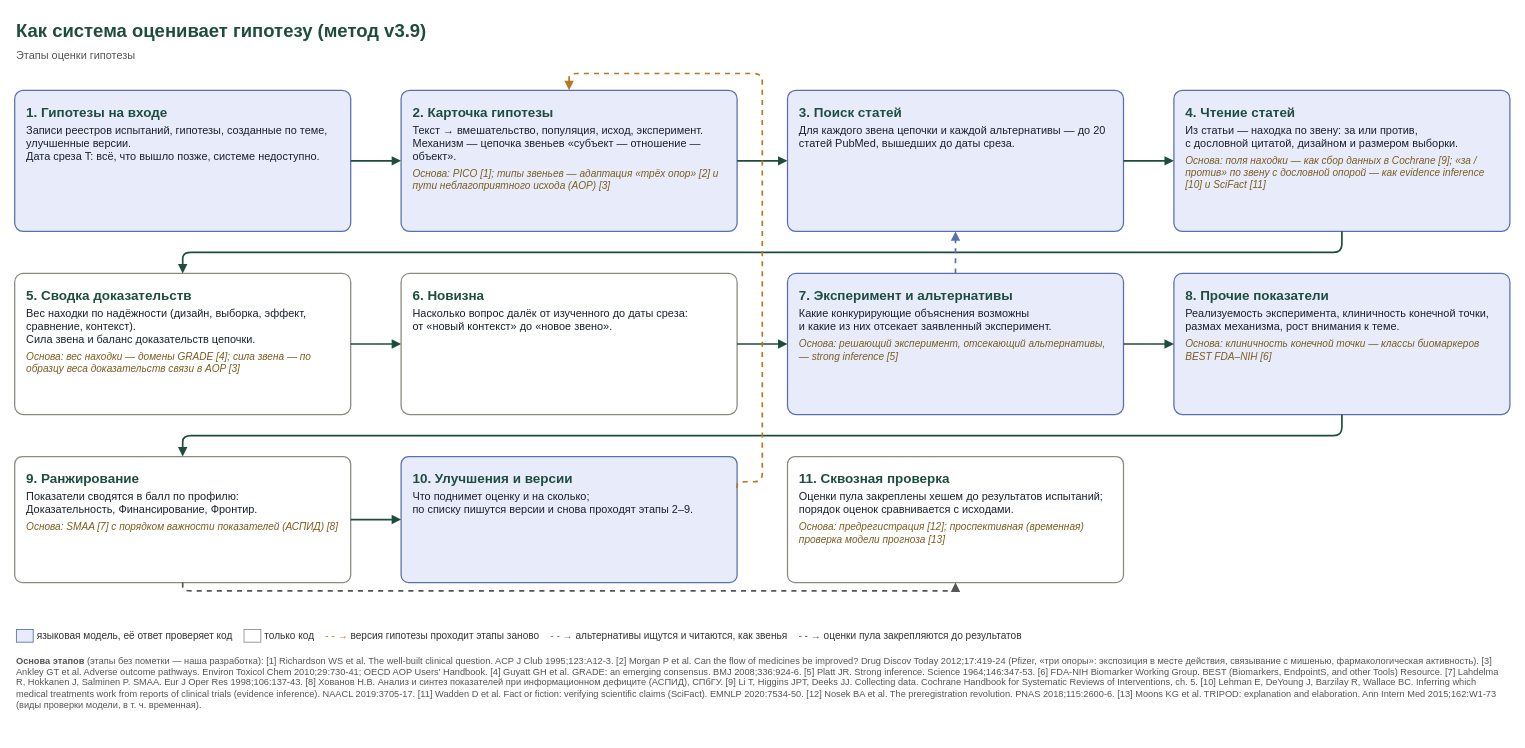
Above: docs/system/flow_base.drawio in danrd/hyp-arena (draw.io), before the change. Source tidied: cells renumbered, new cells numbered last; positions are measured from the earlier drawing's top-left corner, leaving out a move shared by most shapes. Both pictures are drawn from the tidied source at 84%, with x=0, y=0 at pixel (14, 14).
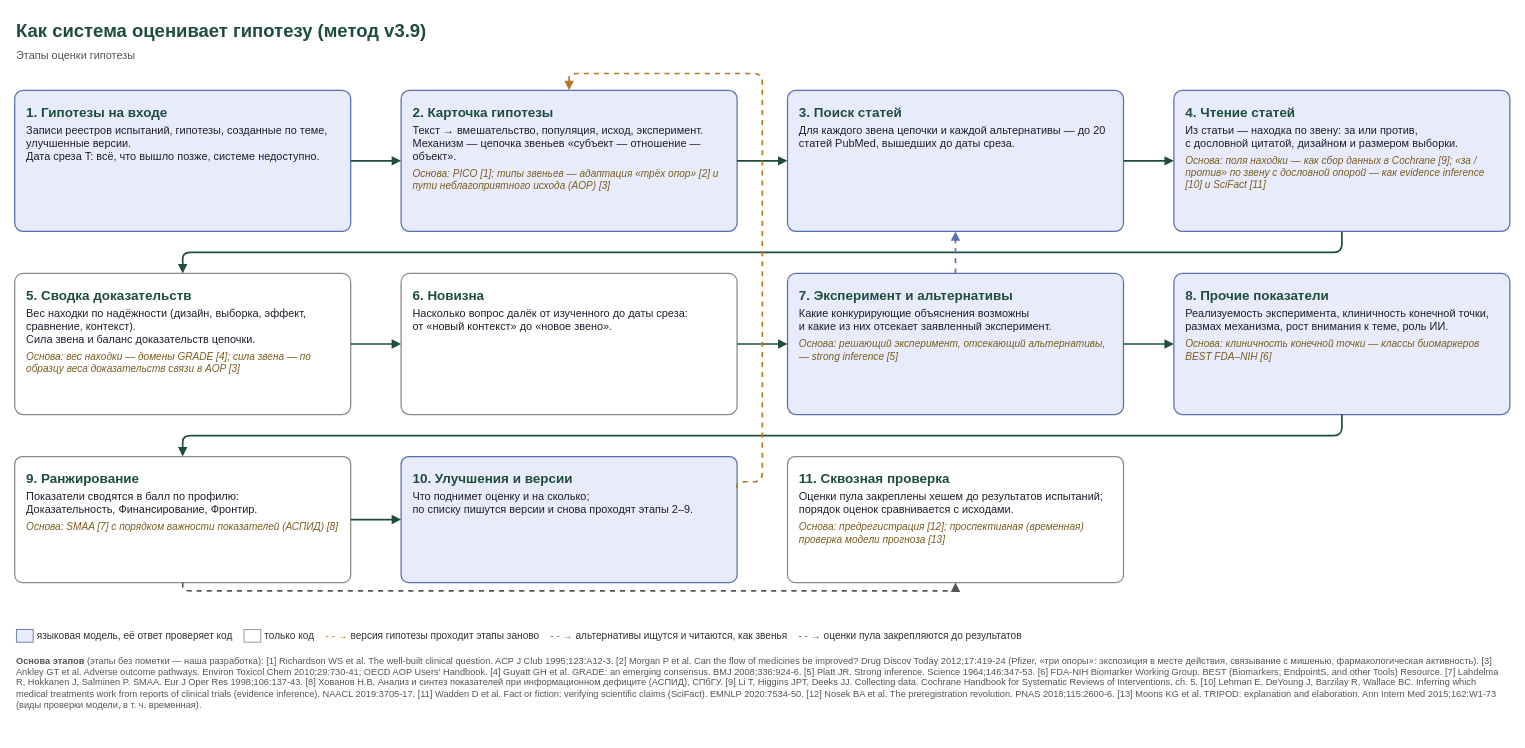
Above is the later version.

Commit message (it also covers changes not shown here):
Flow scheme, stage 8: what each endpoint level means (function = performance measured by a test) and the AI role indicator

Change to the diagram source:
```diff
@@
-    <mxCell id="10" value="&lt;div style='font-size:16px;color:#1E4D40'&gt;&lt;b&gt;8. Прочие показатели&lt;/b&gt;&lt;/div&gt;&lt;div style='margin-top:4px'&gt;Реализуемость эксперимента, клиничность конечной точки,&lt;br/&gt;размах механизма, рост внимания к теме.&lt;/div&gt;&lt;div style='margin-top:6px;font-size:12px;color:#7A5C1E'&gt;&lt;i&gt;Основа: клиничность конечной точки — классы биомаркеров BEST FDA–NIH [6]&lt;/i&gt;&lt;/div&gt;" style="rounded=1;arcSize=6;whiteSpace=wrap;html=1;fillColor=#E8ECFA;strokeColor=#5A6FB0;strokeWidth=1.5;fontSize=13;fontColor=#1A202C;align=left;verticalAlign=top;spacingLeft=12;spacingRight=10;spacingTop=10;" parent="1" vertex="1">
+    <mxCell id="10" value="&lt;div style='font-size:16px;color:#1E4D40'&gt;&lt;b&gt;8. Прочие показатели&lt;/b&gt;&lt;/div&gt;&lt;div style='margin-top:4px'&gt;Реализуемость эксперимента, клиничность конечной точки,&lt;br/&gt;размах механизма, рост внимания к теме, роль ИИ.&lt;/div&gt;&lt;div style='margin-top:6px;font-size:12px;color:#7A5C1E'&gt;&lt;i&gt;Основа: клиничность конечной точки — классы биомаркеров BEST FDA–NIH [6]&lt;/i&gt;&lt;/div&gt;" style="rounded=1;arcSize=6;whiteSpace=wrap;html=1;fillColor=#E8ECFA;strokeColor=#5A6FB0;strokeWidth=1.5;fontSize=13;fontColor=#1A202C;align=left;verticalAlign=top;spacingLeft=12;spacingRight=10;spacingTop=10;" parent="1" vertex="1">
       <mxGeometry x="1380" y="308" width="400" height="168" as="geometry" />
     </mxCell>
```
